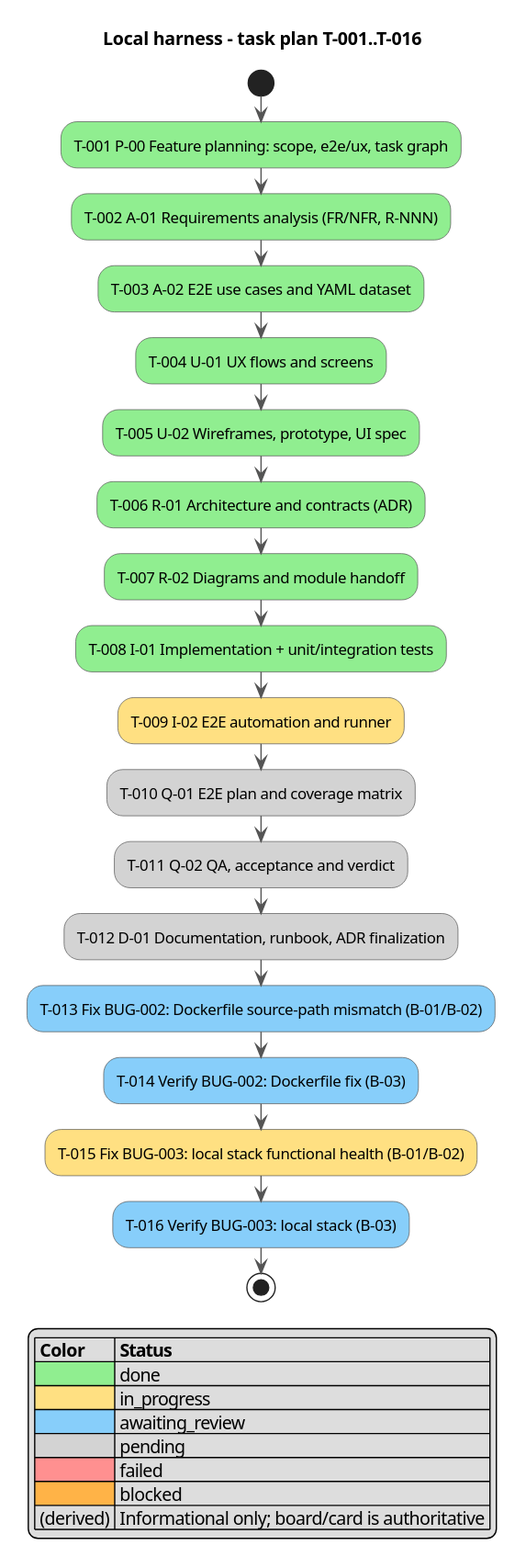
serge-sasov/ai-task-tracker keeps this PlantUML diagram as docs/activity.svg. Above is the earlier version.
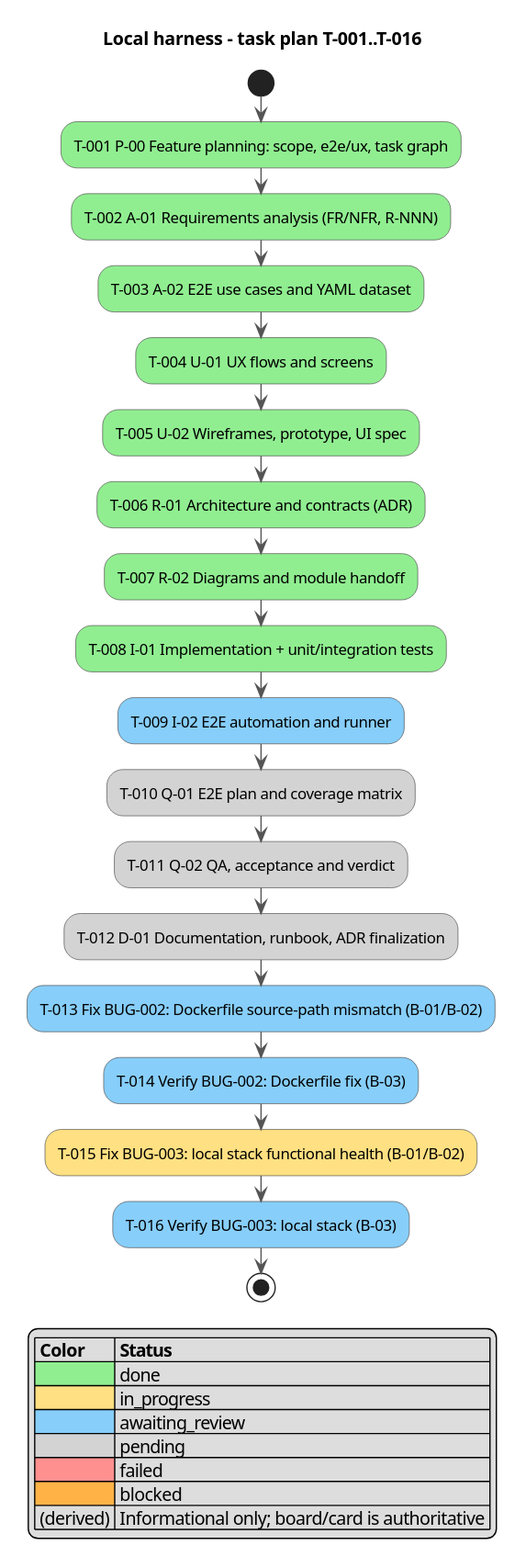
After the change.

What changed in the source:
```diff
@@ -14,7 +14,7 @@
 :T-006 R-01 Architecture and contracts (ADR); <<#90EE90>>
 :T-007 R-02 Diagrams and module handoff; <<#90EE90>>
 :T-008 I-01 Implementation + unit/integration tests; <<#90EE90>>
-:T-009 I-02 E2E automation and runner; <<#FFE082>>
+:T-009 I-02 E2E automation and runner; <<#87CEFA>>
 :T-010 Q-01 E2E plan and coverage matrix; <<#D3D3D3>>
 :T-011 Q-02 QA, acceptance and verdict; <<#D3D3D3>>
 :T-012 D-01 Documentation, runbook, ADR finalization; <<#D3D3D3>>
```
